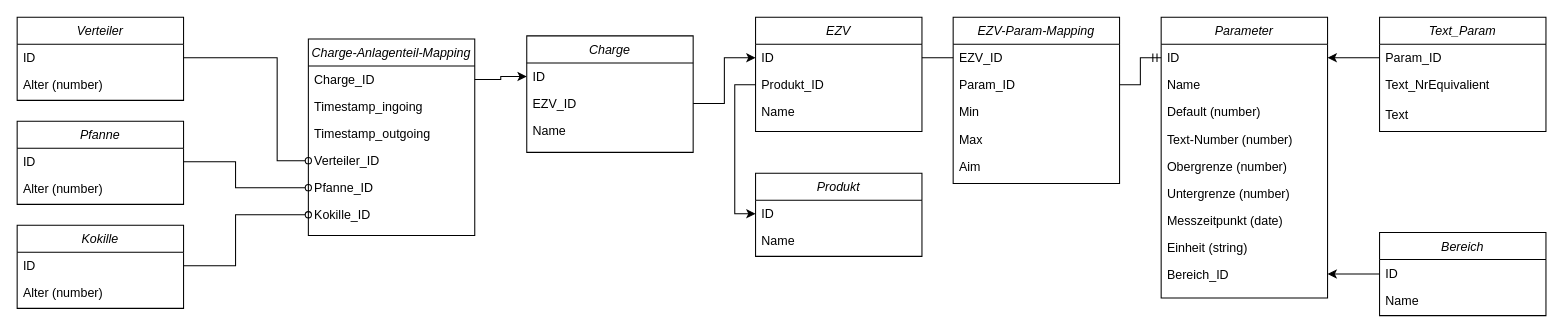
Earlier version of the draw.io diagram strangus_mit_holzkern.drawio (fellinger-schule/strangus). Source tidied: cells renumbered, new cells numbered last; positions are measured from the earlier drawing's top-left corner, leaving out a move shared by most shapes. Both pictures are drawn from the tidied source at 104%, with x=0, y=0 at pixel (17, 17).
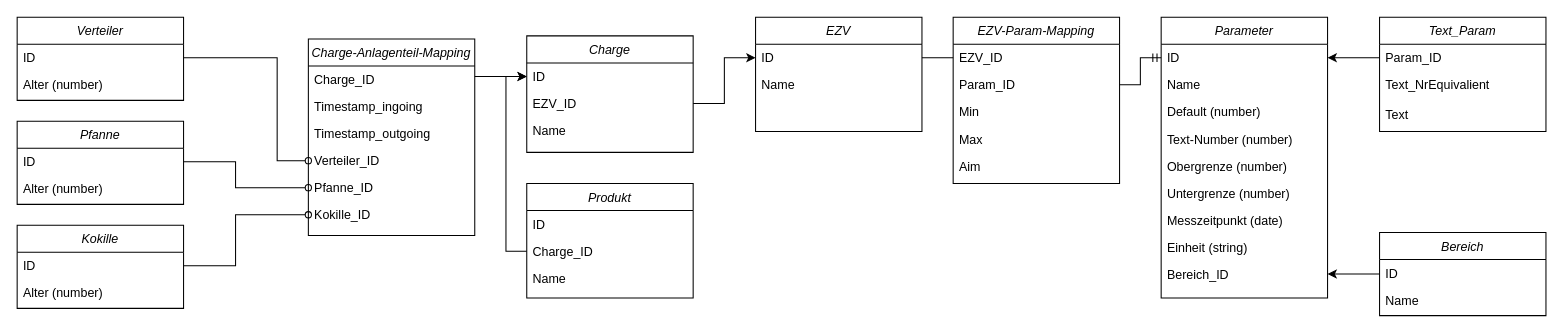
After the change.

Commit message:
add product table on charge

The change refers to these unchanged cells:
```xml
<mxCell id="3" value="EZV" style="swimlane;fontStyle=2;align=center;verticalAlign=top;horizontal=1;startSize=26;rounded=0;shadow=0;strokeWidth=1;" parent="1" vertex="1">
  <mxGeometry x="710" width="160" height="110" as="geometry" />
</mxCell>
<mxCell id="34" value="ID" style="text;align=left;verticalAlign=top;spacingLeft=4;spacingRight=4;overflow=hidden;points=[[0,0.5],[1,0.5]];portConstraint=eastwest;" parent="33" vertex="1">
  <mxGeometry y="26" width="160" height="26" as="geometry" />
</mxCell>
<mxCell id="37" value="ID" style="text;align=left;verticalAlign=top;spacingLeft=4;spacingRight=4;overflow=hidden;points=[[0,0.5],[1,0.5]];portConstraint=eastwest;" parent="36" vertex="1">
  <mxGeometry y="26" width="160" height="26" as="geometry" />
</mxCell>
<mxCell id="52" value="Charge_ID" style="text;align=left;verticalAlign=top;spacingLeft=4;spacingRight=4;overflow=hidden;points=[[0,0.5],[1,0.5]];portConstraint=eastwest;rounded=0;shadow=0;html=0;" parent="51" vertex="1">
  <mxGeometry y="26" width="160" height="26" as="geometry" />
</mxCell>
```

The edit, as a diff of the source:
```diff
@@
-    <mxCell id="5" value="Produkt_ID" style="text;align=left;verticalAlign=top;spacingLeft=4;spacingRight=4;overflow=hidden;points=[[0,0.5],[1,0.5]];portConstraint=eastwest;rounded=0;shadow=0;html=0;" parent="3" vertex="1">
-      <mxGeometry y="52" width="160" height="26" as="geometry" />
-    </mxCell>
     <mxCell id="6" value="Name" style="text;align=left;verticalAlign=top;spacingLeft=4;spacingRight=4;overflow=hidden;rounded=0;shadow=0;html=0;" parent="3" vertex="1">
-      <mxGeometry y="78" width="160" height="26" as="geometry" />
+      <mxGeometry y="52" width="160" height="26" as="geometry" />
     </mxCell>
@@
     <mxCell id="33" value="Produkt" style="swimlane;fontStyle=2;align=center;verticalAlign=top;horizontal=1;startSize=26;rounded=0;shadow=0;strokeWidth=1;" parent="1" vertex="1">
-      <mxGeometry x="710" y="150" width="160" height="80" as="geometry" />
+      <mxGeometry x="490" y="160" width="160" height="110" as="geometry" />
     </mxCell>
@@
-    <mxCell id="35" value="Name" style="text;align=left;verticalAlign=top;spacingLeft=4;spacingRight=4;overflow=hidden;points=[[0,0.5],[1,0.5]];portConstraint=eastwest;rounded=0;shadow=0;html=0;" parent="33" vertex="1">
+    <mxCell id="35" value="Charge_ID" style="text;align=left;verticalAlign=top;spacingLeft=4;spacingRight=4;overflow=hidden;points=[[0,0.5],[1,0.5]];portConstraint=eastwest;rounded=0;shadow=0;html=0;" parent="33" vertex="1">
       <mxGeometry y="52" width="160" height="26" as="geometry" />
     </mxCell>
+    <mxCell id="62" value="Name" style="text;align=left;verticalAlign=top;spacingLeft=4;spacingRight=4;overflow=hidden;rounded=0;shadow=0;html=0;" parent="33" vertex="1">
+      <mxGeometry y="78" width="160" height="30" as="geometry" />
+    </mxCell>
@@
-    <mxCell id="40" style="edgeStyle=orthogonalEdgeStyle;rounded=0;jettySize=auto;html=1;entryX=0;entryY=0.5;entryDx=0;entryDy=0;" parent="1" edge="1" source="5" target="34">
-      <mxGeometry relative="1" as="geometry" />
-    </mxCell>
@@
     <mxCell id="61" style="edgeStyle=orthogonalEdgeStyle;rounded=0;jettySize=auto;html=1;entryX=0;entryY=0.5;entryDx=0;entryDy=0;" parent="1" edge="1" source="52" target="37">
-      <mxGeometry relative="1" as="geometry" />
+      <mxGeometry relative="1" as="geometry">
+        <Array as="points">
+          <mxPoint x="450" y="57" />
+          <mxPoint x="450" y="57" />
+        </Array>
+      </mxGeometry>
     </mxCell>
+    <mxCell id="63" style="edgeStyle=orthogonalEdgeStyle;rounded=0;jettySize=auto;html=1;entryX=0;entryY=0.5;entryDx=0;entryDy=0;" parent="1" edge="1" source="35" target="37">
+      <mxGeometry relative="1" as="geometry" />
+    </mxCell>
```
